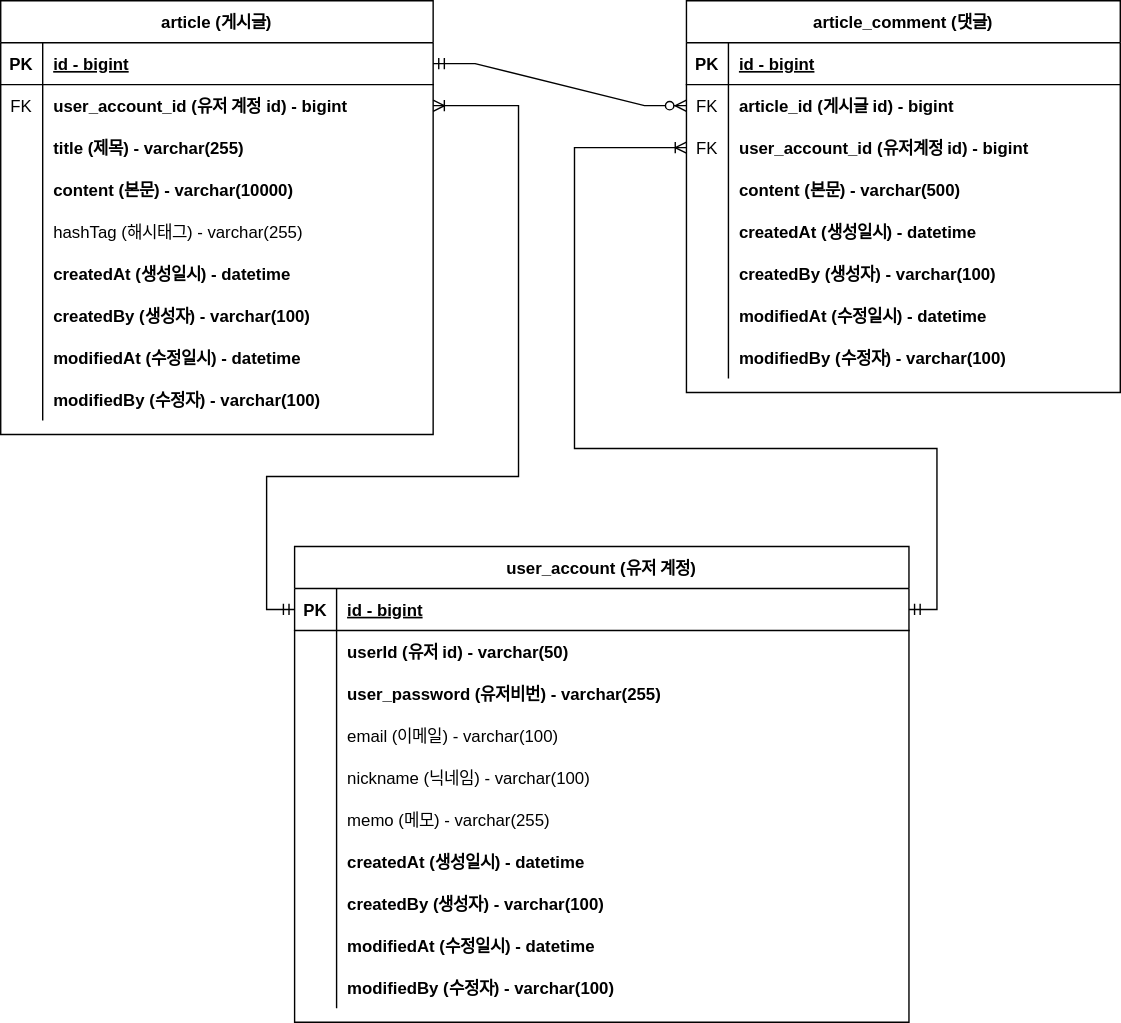
HongHaneul/project-board keeps this draw.io diagram as document/project-board-erd.svg. Above is the earlier version. Source tidied: cells renumbered, new cells last; positions are measured from the earlier drawing's top-left corner, leaving out a move shared by most shapes.
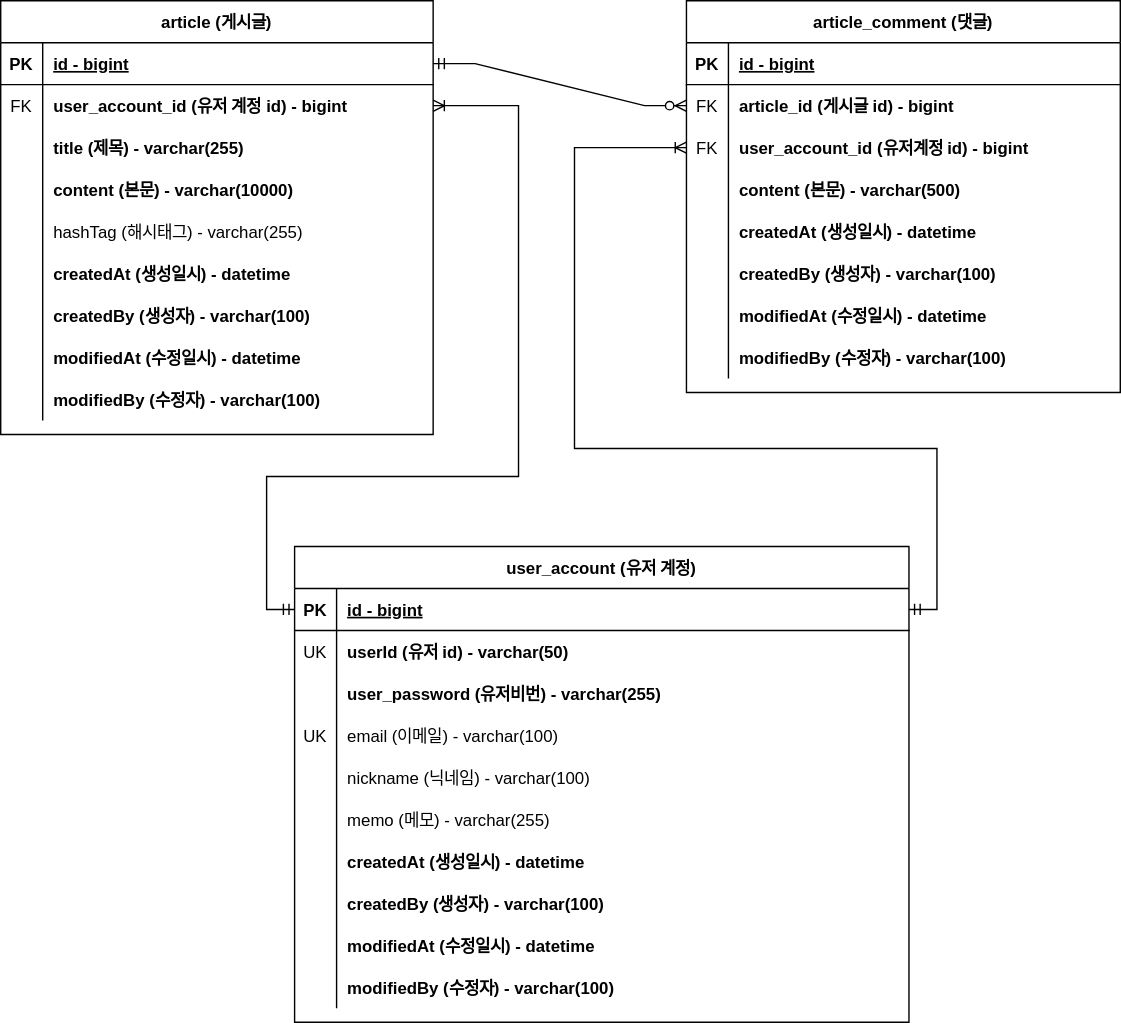
After the change.

Diff of the diagram source:
```diff
@@ -179,7 +179,7 @@
     <mxCell id="60" style="shape=tableRow;horizontal=0;startSize=0;swimlaneHead=0;swimlaneBody=0;fillColor=none;top=0;left=0;right=0;bottom=0;" parent="56" vertex="1">
       <mxGeometry y="60" width="439" height="30" as="geometry" />
     </mxCell>
-    <mxCell id="61" style="shape=partialRectangle;fillColor=none;top=0;left=0;bottom=0;right=0;overflow=hidden;" parent="60" vertex="1">
+    <mxCell id="61" value="UK" style="shape=partialRectangle;fillColor=none;top=0;left=0;bottom=0;right=0;overflow=hidden;" parent="60" vertex="1">
       <mxGeometry width="30" height="30" as="geometry" />
     </mxCell>
     <mxCell id="62" value="userId (유저 id) - varchar(50)" style="shape=partialRectangle;fillColor=none;top=0;left=0;bottom=0;right=0;align=left;spacingLeft=6;overflow=hidden;fontStyle=1;" parent="60" vertex="1">
@@ -197,7 +197,7 @@
     <mxCell id="66" style="shape=tableRow;horizontal=0;startSize=0;swimlaneHead=0;swimlaneBody=0;fillColor=none;top=0;left=0;right=0;bottom=0;" parent="56" vertex="1">
       <mxGeometry y="120" width="439" height="30" as="geometry" />
     </mxCell>
-    <mxCell id="67" style="shape=partialRectangle;fillColor=none;top=0;left=0;bottom=0;right=0;overflow=hidden;" parent="66" vertex="1">
+    <mxCell id="67" value="UK" style="shape=partialRectangle;fillColor=none;top=0;left=0;bottom=0;right=0;overflow=hidden;" parent="66" vertex="1">
       <mxGeometry width="30" height="30" as="geometry" />
     </mxCell>
     <mxCell id="68" value="email (이메일) - varchar(100)" style="shape=partialRectangle;fillColor=none;top=0;left=0;bottom=0;right=0;align=left;spacingLeft=6;overflow=hidden;" parent="66" vertex="1">
```
